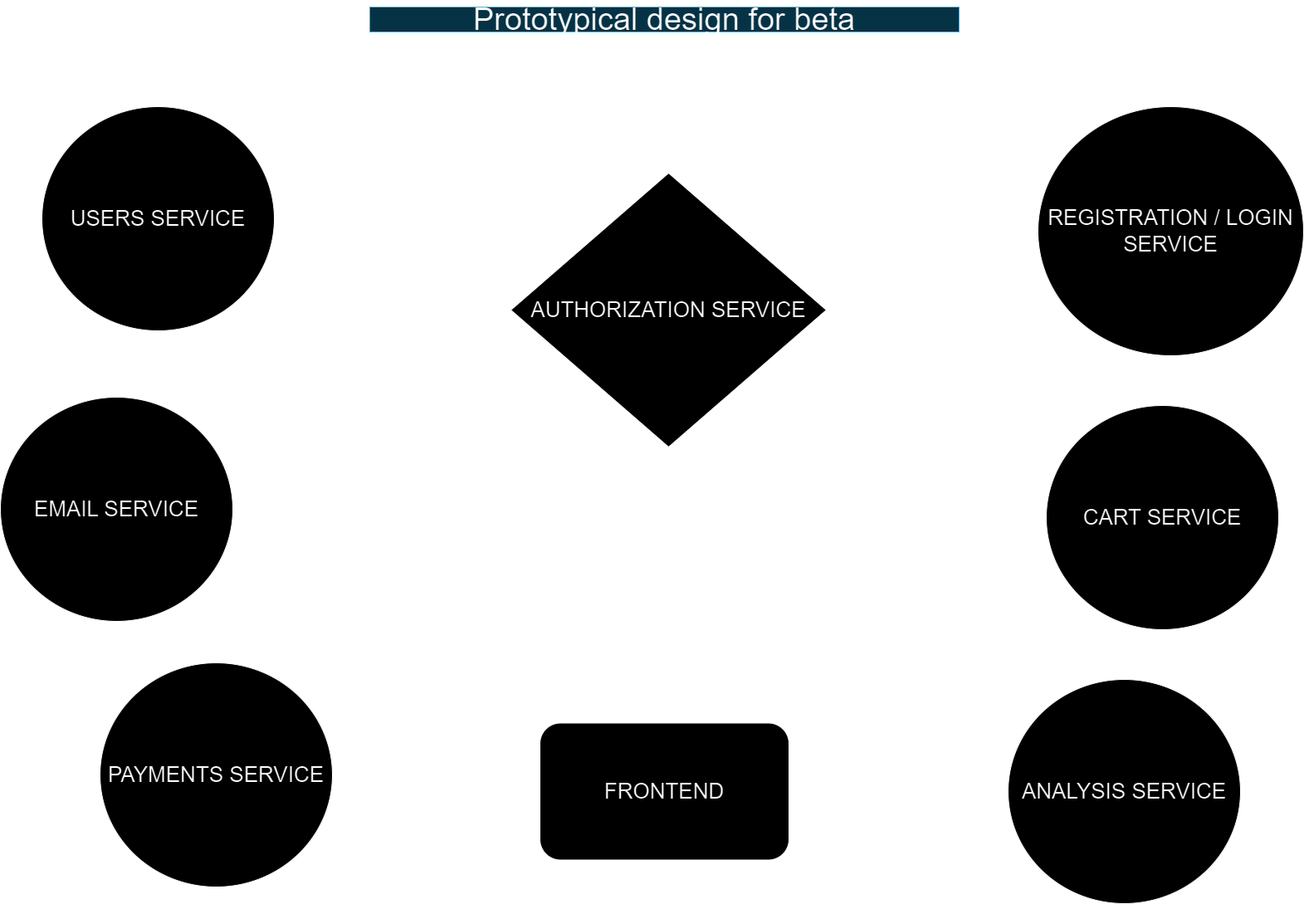
This is docs/diagrams/images/services.png from vAndrewKarma/Sentiment-Insights, a draw.io export, as it was before one commit. Source tidied: cells renumbered, new cells last; positions are measured from the earlier drawing's top-left corner, leaving out a move shared by most shapes.
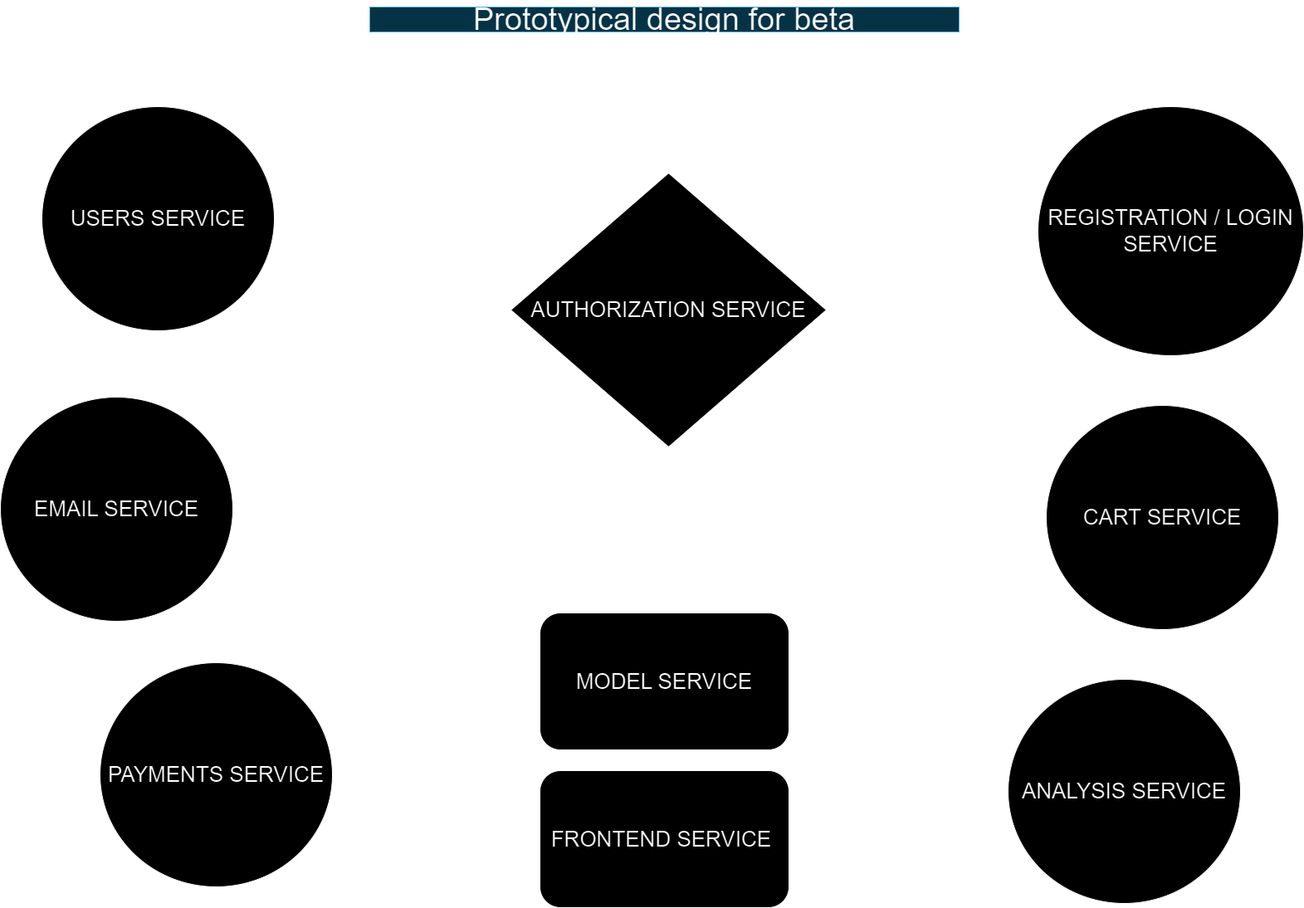
After the change.

Change to the diagram source:
```diff
@@ -14,8 +14,8 @@
     <mxCell id="5" value="&lt;font style=&quot;font-size: 26px;&quot;&gt;EMAIL SERVICE&lt;/font&gt;" style="ellipse;whiteSpace=wrap;html=1;" parent="1" vertex="1">
       <mxGeometry y="470" width="280" height="270" as="geometry" />
     </mxCell>
-    <mxCell id="6" value="&lt;font style=&quot;font-size: 26px;&quot;&gt;FRONTEND&lt;/font&gt;" style="rounded=1;whiteSpace=wrap;html=1;" parent="1" vertex="1">
-      <mxGeometry x="650" y="862.5" width="300" height="165" as="geometry" />
+    <mxCell id="6" value="&lt;font style=&quot;font-size: 26px;&quot;&gt;FRONTEND SERVICE&amp;nbsp;&lt;/font&gt;" style="rounded=1;whiteSpace=wrap;html=1;" parent="1" vertex="1">
+      <mxGeometry x="650" y="920" width="300" height="165" as="geometry" />
     </mxCell>
     <mxCell id="7" value="&lt;font style=&quot;font-size: 26px;&quot;&gt;CART SERVICE&lt;/font&gt;" style="ellipse;whiteSpace=wrap;html=1;" parent="1" vertex="1">
       <mxGeometry x="1260" y="480" width="280" height="270" as="geometry" />
@@ -29,5 +29,8 @@
     <mxCell id="10" value="&lt;font style=&quot;font-size: 26px;&quot;&gt;AUTHORIZATION SERVICE&lt;/font&gt;" style="rhombus;whiteSpace=wrap;html=1;" parent="1" vertex="1">
       <mxGeometry x="615" y="200" width="380" height="330" as="geometry" />
     </mxCell>
+    <mxCell id="11" value="&lt;font style=&quot;font-size: 26px;&quot;&gt;MODEL SERVICE&lt;/font&gt;" style="rounded=1;whiteSpace=wrap;html=1;" parent="1" vertex="1">
+      <mxGeometry x="650" y="730" width="300" height="165" as="geometry" />
+    </mxCell>
   </root>
 </mxGraphModel>
```
